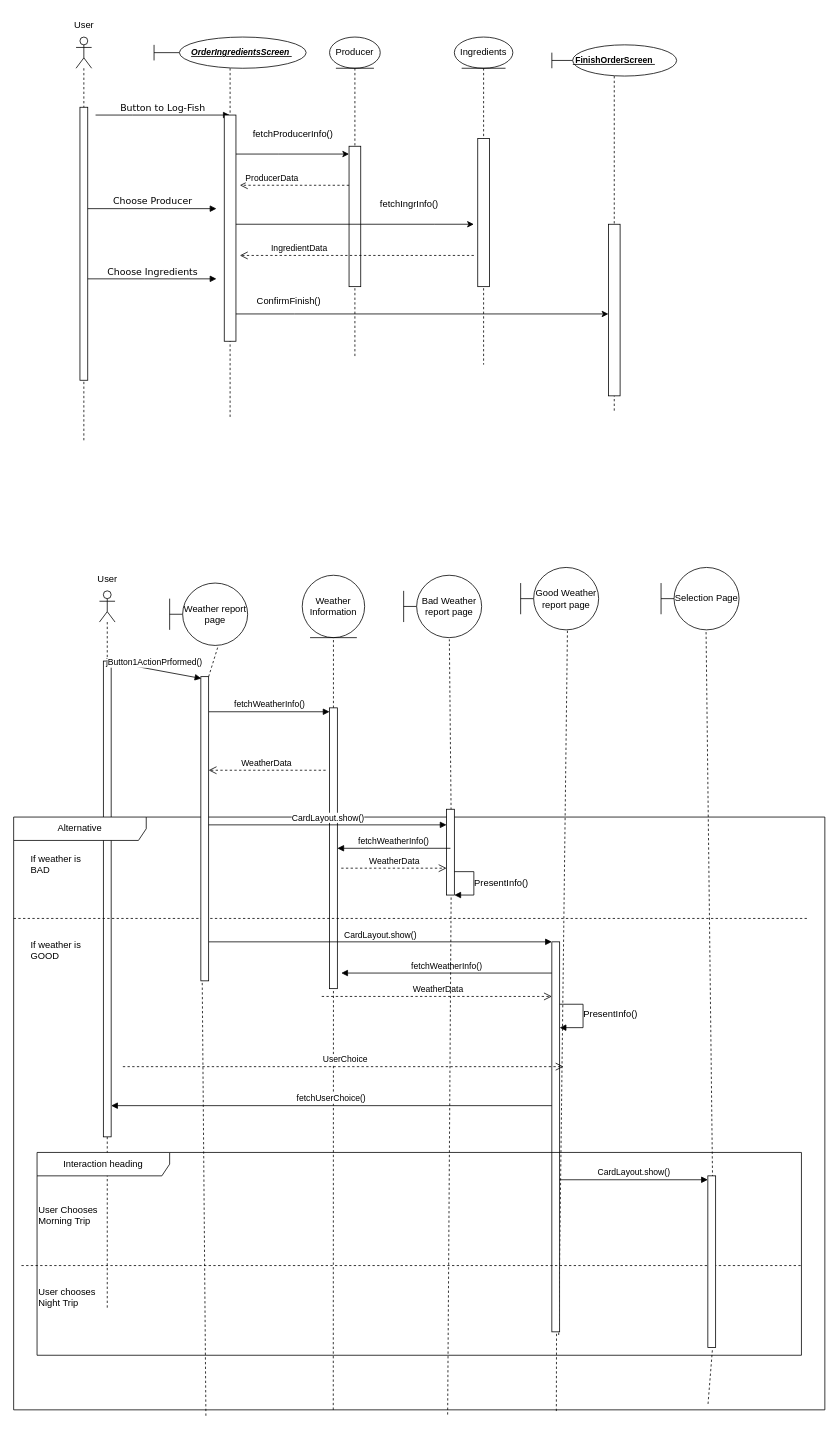
TMCEID/SoftEngFishApp keeps this draw.io diagram as Delivarable3/SequenceDiagram/Untitled Diagram.drawio. Above is the earlier version. Source tidied: cells renumbered, new cells numbered last; positions are measured from the earlier drawing's top-left corner, leaving out a move shared by most shapes. Both pictures are drawn from the tidied source at 78%, with x=0, y=0 at pixel (13, 13).
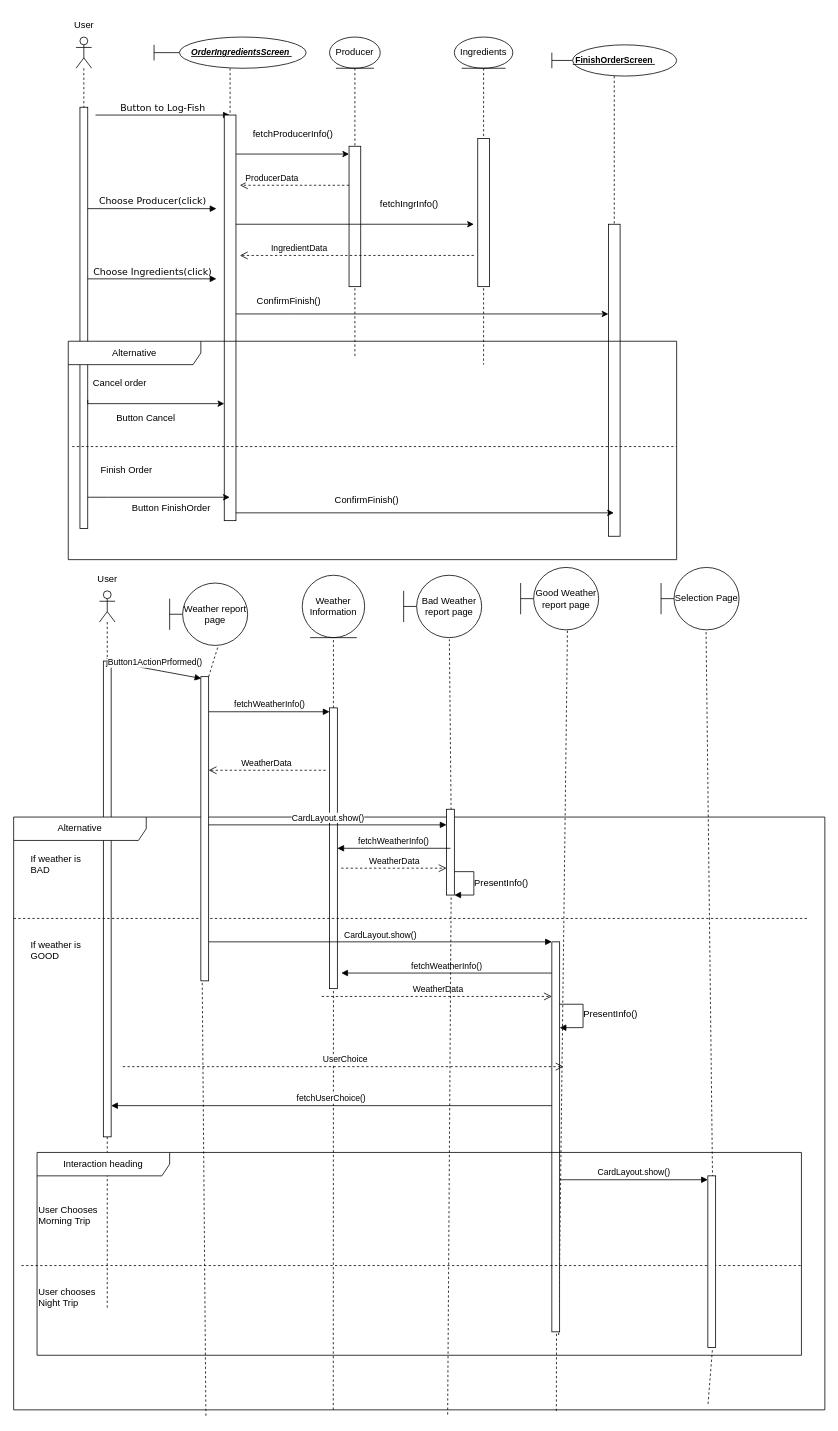
Above is the later version.

What changed in the source:
```diff
@@
     <mxCell id="42" style="shape=umlLifeline;perimeter=lifelinePerimeter;whiteSpace=wrap;html=1;newEdgeStyle={&quot;curved&quot;:0,&quot;rounded&quot;:0};participant=umlActor;" parent="1" vertex="1">
-      <mxGeometry x="80" y="30" width="20" height="520" as="geometry" />
+      <mxGeometry x="80" y="30" width="20" height="630" as="geometry" />
     </mxCell>
     <mxCell id="43" style="html=1;perimeter=orthogonalPerimeter;targetShapes=umlLifeline;newEdgeStyle={&quot;curved&quot;:0,&quot;rounded&quot;:0};" parent="42" vertex="1">
-      <mxGeometry x="5" y="90" width="10" height="350" as="geometry" />
+      <mxGeometry x="5" y="90" width="10" height="540" as="geometry" />
     </mxCell>
@@
     <mxCell id="50" value="&amp;nbsp;&amp;nbsp;&amp;nbsp;&amp;nbsp;&amp;nbsp;&amp;nbsp;&amp;nbsp;&amp;nbsp; &lt;font style=&quot;font-size: 11px;&quot;&gt;&lt;b&gt;&lt;i&gt;&lt;u&gt;OrderIngredientsScreen&amp;nbsp; &lt;br&gt;&lt;/u&gt;&lt;/i&gt;&lt;/b&gt;&lt;/font&gt;" style="shape=umlLifeline;perimeter=lifelinePerimeter;whiteSpace=wrap;html=1;outlineConnect=0;portConstraint=eastwest;newEdgeStyle={&quot;curved&quot;:0,&quot;rounded&quot;:0};participant=umlBoundary;" parent="1" vertex="1">
-      <mxGeometry x="180" y="30" width="195" height="490" as="geometry" />
+      <mxGeometry x="180" y="30" width="195" height="620" as="geometry" />
     </mxCell>
     <mxCell id="51" style="html=1;points=[[0,0,0,0,5],[0,1,0,0,-5],[1,0,0,0,5],[1,1,0,0,-5]];perimeter=orthogonalPerimeter;outlineConnect=0;targetShapes=umlLifeline;portConstraint=eastwest;newEdgeStyle={&quot;curved&quot;:0,&quot;rounded&quot;:0};" parent="50" vertex="1">
-      <mxGeometry x="90" y="100" width="15" height="290" as="geometry" />
+      <mxGeometry x="90" y="100" width="15" height="520" as="geometry" />
     </mxCell>
     <mxCell id="52" value="&lt;b&gt;&lt;font style=&quot;font-size: 11px;&quot;&gt;&lt;u&gt;&amp;nbsp;FinishOrderScreen&amp;nbsp; &lt;br&gt;&lt;/u&gt;&lt;/font&gt;&lt;/b&gt;" style="shape=umlLifeline;perimeter=lifelinePerimeter;whiteSpace=wrap;html=1;outlineConnect=0;portConstraint=eastwest;newEdgeStyle={&quot;curved&quot;:0,&quot;rounded&quot;:0};participant=umlBoundary;" parent="1" vertex="1">
-      <mxGeometry x="690" y="40" width="160" height="470" as="geometry" />
+      <mxGeometry x="690" y="40" width="160" height="630" as="geometry" />
     </mxCell>
     <mxCell id="53" style="html=1;points=[[0,0,0,0,5],[0,1,0,0,-5],[1,0,0,0,5],[1,1,0,0,-5]];perimeter=orthogonalPerimeter;outlineConnect=0;targetShapes=umlLifeline;portConstraint=eastwest;newEdgeStyle={&quot;curved&quot;:0,&quot;rounded&quot;:0};" parent="52" vertex="1">
-      <mxGeometry x="72.5" y="230" width="15" height="220" as="geometry" />
+      <mxGeometry x="72.5" y="230" width="15" height="400" as="geometry" />
     </mxCell>
@@
-    <mxCell id="64" value="Choose Producer" style="html=1;verticalAlign=bottom;endArrow=block;labelBackgroundColor=none;fontFamily=Verdana;fontSize=12;edgeStyle=elbowEdgeStyle;elbow=vertical;" parent="1" edge="1">
+    <mxCell id="64" value="Choose Producer(click)" style="html=1;verticalAlign=bottom;endArrow=block;labelBackgroundColor=none;fontFamily=Verdana;fontSize=12;edgeStyle=elbowEdgeStyle;elbow=vertical;" parent="1" edge="1">
       <mxGeometry relative="1" as="geometry">
         <mxPoint x="95" y="250" as="sourcePoint" />
         <mxPoint x="260" y="250" as="targetPoint" />
       </mxGeometry>
     </mxCell>
@@
-    <mxCell id="66" value="Choose Ingredients" style="html=1;verticalAlign=bottom;endArrow=block;labelBackgroundColor=none;fontFamily=Verdana;fontSize=12;edgeStyle=elbowEdgeStyle;elbow=vertical;" parent="1" edge="1">
+    <mxCell id="66" value="Choose Ingredients(click)" style="html=1;verticalAlign=bottom;endArrow=block;labelBackgroundColor=none;fontFamily=Verdana;fontSize=12;edgeStyle=elbowEdgeStyle;elbow=vertical;" parent="1" edge="1">
       <mxGeometry relative="1" as="geometry">
         <mxPoint x="95" y="340" as="sourcePoint" />
         <mxPoint x="260" y="340" as="targetPoint" />
       </mxGeometry>
     </mxCell>
@@
+    <mxCell id="69" style="edgeStyle=orthogonalEdgeStyle;rounded=0;jettySize=auto;html=1;curved=0;" parent="1" edge="1" target="51">
+      <mxGeometry relative="1" as="geometry">
+        <mxPoint x="95" y="495" as="sourcePoint" />
+        <Array as="points">
+          <mxPoint x="95" y="500" />
+        </Array>
+      </mxGeometry>
+    </mxCell>
+    <mxCell id="70" value="Alternative" style="shape=umlFrame;whiteSpace=wrap;html=1;width=170;" parent="1" vertex="1">
+      <mxGeometry x="70" y="420" width="780" height="280" as="geometry" />
+    </mxCell>
+    <mxCell id="71" value="Cancel order" style="text;html=1;" parent="70" vertex="1">
+      <mxGeometry width="100" height="20" relative="1" as="geometry">
+        <mxPoint x="30" y="40" as="offset" />
+      </mxGeometry>
+    </mxCell>
+    <mxCell id="72" style="line;strokeWidth=1;dashed=1;labelPosition=center;verticalLabelPosition=bottom;align=left;verticalAlign=top;spacingLeft=20;spacingTop=15;html=1;whiteSpace=wrap;" parent="70" vertex="1">
+      <mxGeometry x="5" y="130" width="775" height="10" as="geometry" />
+    </mxCell>
+    <mxCell id="73" value="Button Cancel " style="text;whiteSpace=wrap;html=1;" parent="70" vertex="1">
+      <mxGeometry x="60" y="85" width="120" height="25" as="geometry" />
+    </mxCell>
+    <mxCell id="74" value="Finish Order" style="text;html=1;align=center;verticalAlign=middle;whiteSpace=wrap;rounded=0;" parent="70" vertex="1">
+      <mxGeometry x="40" y="150" width="70" height="30" as="geometry" />
+    </mxCell>
+    <mxCell id="75" value="Button FinishOrder" style="text;whiteSpace=wrap;html=1;" parent="70" vertex="1">
+      <mxGeometry x="80" y="200" width="110" height="30" as="geometry" />
+    </mxCell>
+    <mxCell id="76" style="edgeStyle=orthogonalEdgeStyle;rounded=0;orthogonalLoop=1;jettySize=auto;html=1;curved=0;" parent="70" edge="1">
+      <mxGeometry relative="1" as="geometry">
+        <mxPoint x="25" y="200" as="sourcePoint" />
+        <mxPoint x="207" y="200" as="targetPoint" />
+        <Array as="points">
+          <mxPoint x="50" y="200" />
+          <mxPoint x="50" y="200" />
+        </Array>
+      </mxGeometry>
+    </mxCell>
+    <mxCell id="77" value="ConfirmFinish()" style="text;whiteSpace=wrap;html=1;" parent="70" vertex="1">
+      <mxGeometry x="340" y="190" width="100" height="20" as="geometry" />
+    </mxCell>
+    <mxCell id="78" style="edgeStyle=orthogonalEdgeStyle;rounded=0;jettySize=auto;html=1;curved=0;" parent="1" edge="1" source="51" target="52">
+      <mxGeometry relative="1" as="geometry">
+        <Array as="points">
+          <mxPoint x="390" y="640" />
+          <mxPoint x="390" y="640" />
+        </Array>
+      </mxGeometry>
+    </mxCell>
```
